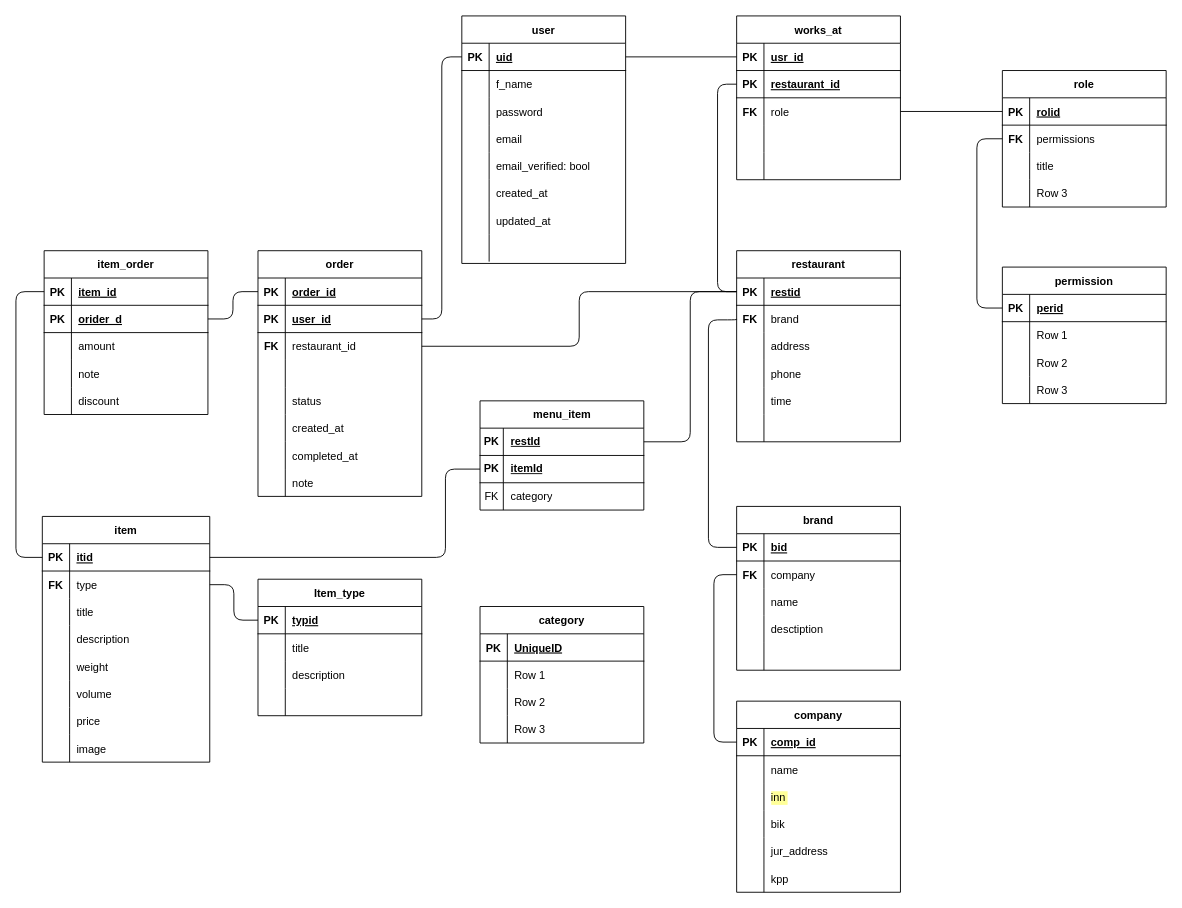
The draw.io diagram dataModel.drawio in MiroslaviPochemuVasTakMnogoTut/food-admin, before the edit. Source tidied: cells renumbered, new cells numbered last; positions are measured from the earlier drawing's top-left corner, leaving out a move shared by most shapes. Both pictures are drawn from the tidied source at 91%, with x=0, y=0 at pixel (15, 15).
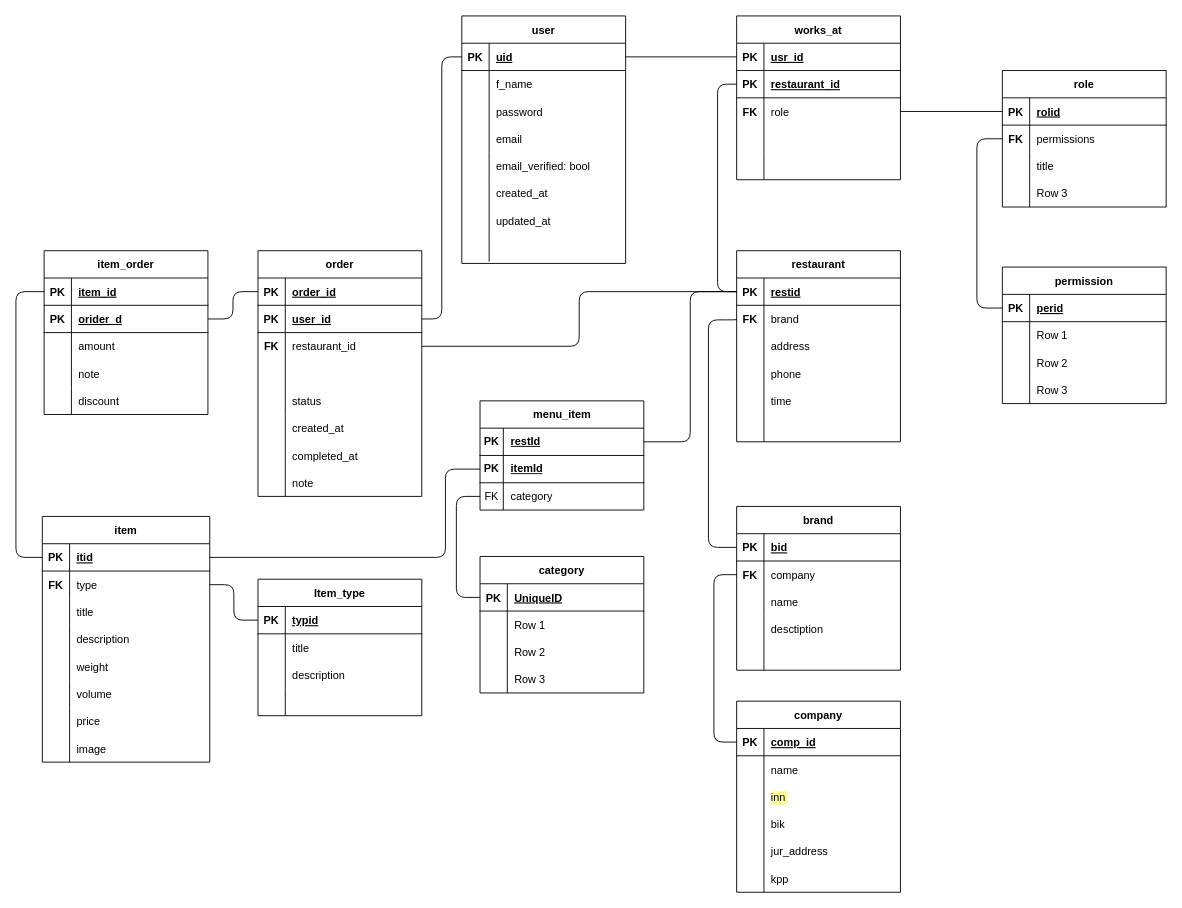
The same diagram, later.

Unchanged cells that the change refers to:
```xml
<mxCell id="220" style="shape=tableRow;horizontal=0;startSize=0;swimlaneHead=0;swimlaneBody=0;fillColor=none;points=[[0,0.5],[1,0.5]];portConstraint=eastwest;top=0;left=0;right=0;bottom=0;" parent="213" vertex="1">
  <mxGeometry y="90" width="180" height="30" as="geometry" />
</mxCell>
<mxCell id="226" style="shape=tableRow;horizontal=0;startSize=0;swimlaneHead=0;swimlaneBody=0;fillColor=none;points=[[0,0.5],[1,0.5]];portConstraint=eastwest;top=0;left=0;right=0;bottom=1;" parent="225" vertex="1">
  <mxGeometry y="30" width="180" height="30" as="geometry" />
</mxCell>
```

Diff of the diagram source:
```diff
@@
     <mxCell id="225" value="category" style="shape=table;startSize=30;childLayout=tableLayout;rowLines=0;fontStyle=1;align=center;" parent="1" vertex="1">
-      <mxGeometry x="510" y="649" width="180" height="150" as="geometry" />
+      <mxGeometry x="510" y="594" width="180" height="150" as="geometry" />
     </mxCell>
@@
+    <mxCell id="238" style="edgeStyle=orthogonalEdgeStyle;html=1;exitX=0;exitY=0.5;exitDx=0;exitDy=0;entryX=0;entryY=0.5;entryDx=0;entryDy=0;endArrow=none;endFill=0;" parent="1" edge="1" source="220" target="226">
+      <mxGeometry relative="1" as="geometry">
+        <Array as="points">
+          <mxPoint x="484" y="528" />
+          <mxPoint x="484" y="639" />
+        </Array>
+      </mxGeometry>
+    </mxCell>
```
